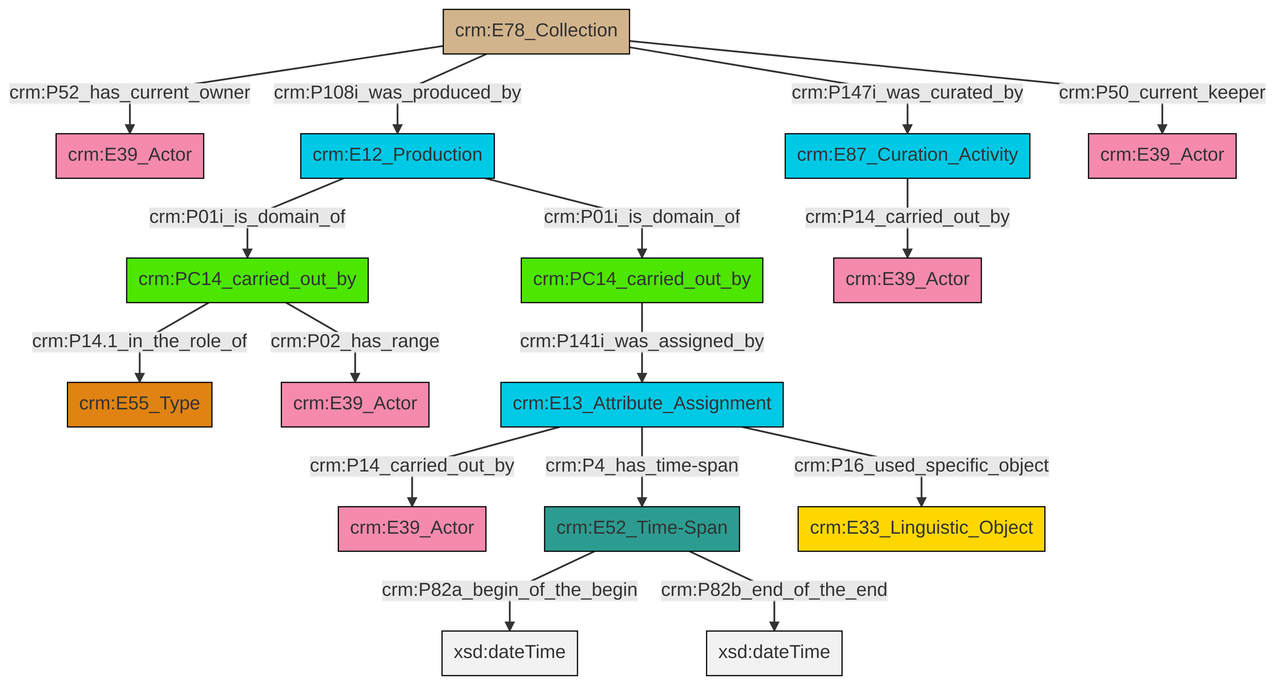
swiss-art-research-net/docs.swissartresearch keeps this Mermaid diagram as et/archivalCSV/ttl/mmd/png/archival_relation.png. Above is the earlier version. Its source is kept beside it as et/archivalCSV/ttl/mmd/archival_relation.ttl.mmd.
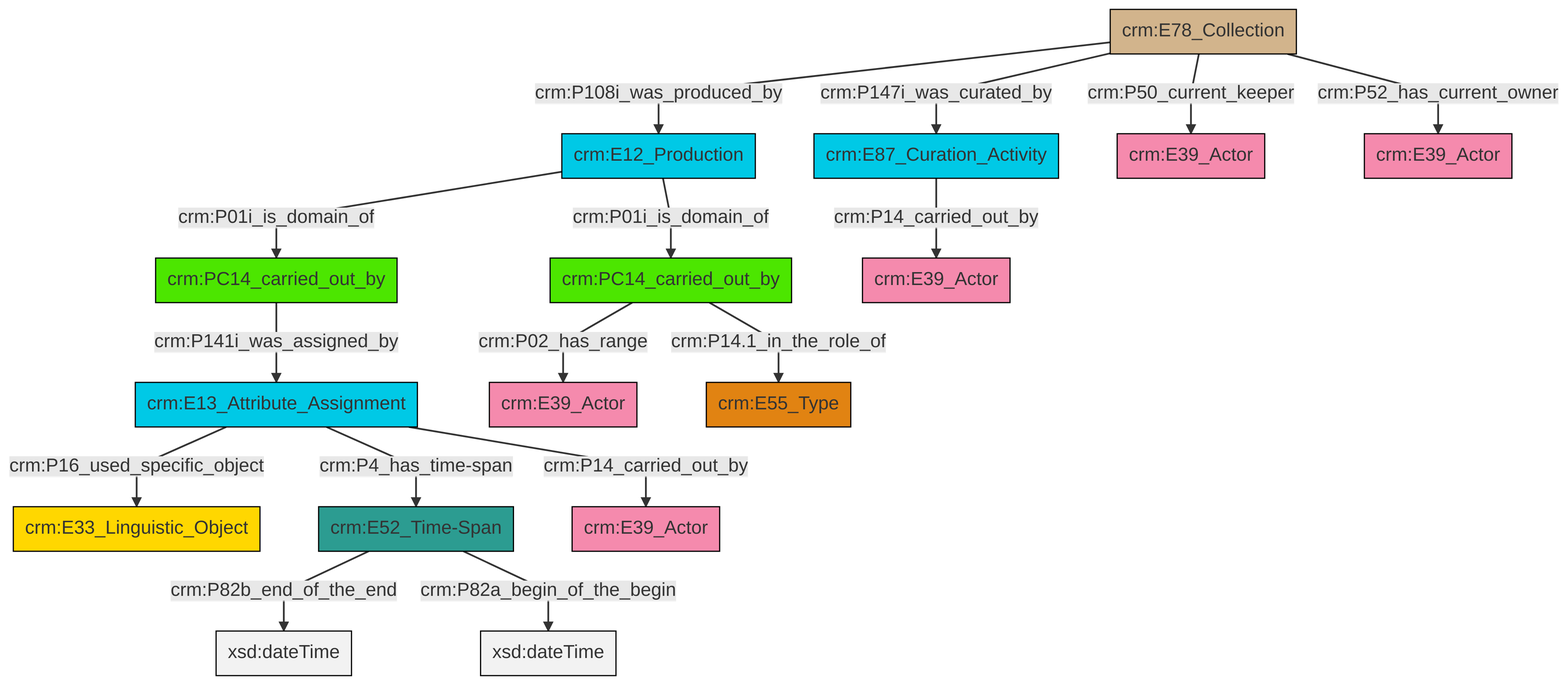
Later version of the same file.

The edit, as a diff of the source:
```diff
@@ -13,18 +13,18 @@
 classDef PC_Classes fill:#4ce600, stroke:#000000;
 classDef Multi fill:#cccccc,stroke:#000000;
 
-4["crm:PC14_carried_out_by"]:::PC_Classes -->|crm:P14.1_in_the_role_of| 5["crm:E55_Type"]:::Type
-4["crm:PC14_carried_out_by"]:::PC_Classes -->|crm:P02_has_range| 8["crm:E39_Actor"]:::Actor
-10["crm:E78_Collection"]:::Physical_Thing -->|crm:P147i_was_curated_by| 6["crm:E87_Curation_Activity"]:::Temporal_Entity
-13["crm:E52_Time-Span"]:::Time-Span -->|crm:P82a_begin_of_the_begin| 14[xsd:dateTime]:::Literal
-6["crm:E87_Curation_Activity"]:::Temporal_Entity -->|crm:P14_carried_out_by| 15["crm:E39_Actor"]:::Actor
-16["crm:E13_Attribute_Assignment"]:::Temporal_Entity -->|crm:P16_used_specific_object| 18["crm:E33_Linguistic_Object"]:::Conceptual_Object
-19["crm:E12_Production"]:::Temporal_Entity -->|crm:P01i_is_domain_of| 4["crm:PC14_carried_out_by"]:::PC_Classes
-10["crm:E78_Collection"]:::Physical_Thing -->|crm:P50_current_keeper| 20["crm:E39_Actor"]:::Actor
-10["crm:E78_Collection"]:::Physical_Thing -->|crm:P52_has_current_owner| 0["crm:E39_Actor"]:::Actor
-16["crm:E13_Attribute_Assignment"]:::Temporal_Entity -->|crm:P4_has_time-span| 13["crm:E52_Time-Span"]:::Time-Span
-16["crm:E13_Attribute_Assignment"]:::Temporal_Entity -->|crm:P14_carried_out_by| 2["crm:E39_Actor"]:::Actor
-10["crm:E78_Collection"]:::Physical_Thing -->|crm:P108i_was_produced_by| 19["crm:E12_Production"]:::Temporal_Entity
-11["crm:PC14_carried_out_by"]:::PC_Classes -->|crm:P141i_was_assigned_by| 16["crm:E13_Attribute_Assignment"]:::Temporal_Entity
-13["crm:E52_Time-Span"]:::Time-Span -->|crm:P82b_end_of_the_end| 26[xsd:dateTime]:::Literal
-19["crm:E12_Production"]:::Temporal_Entity -->|crm:P01i_is_domain_of| 11["crm:PC14_carried_out_by"]:::PC_Classes
+6["crm:E13_Attribute_Assignment"]:::Temporal_Entity -->|crm:P4_has_time-span| 7["crm:E52_Time-Span"]:::Time-Span
+4["crm:E12_Production"]:::Temporal_Entity -->|crm:P01i_is_domain_of| 8["crm:PC14_carried_out_by"]:::PC_Classes
+12["crm:PC14_carried_out_by"]:::PC_Classes -->|crm:P02_has_range| 13["crm:E39_Actor"]:::Actor
+6["crm:E13_Attribute_Assignment"]:::Temporal_Entity -->|crm:P14_carried_out_by| 9["crm:E39_Actor"]:::Actor
+6["crm:E13_Attribute_Assignment"]:::Temporal_Entity -->|crm:P16_used_specific_object| 0["crm:E33_Linguistic_Object"]:::Conceptual_Object
+14["crm:E78_Collection"]:::Physical_Thing -->|crm:P50_current_keeper| 17["crm:E39_Actor"]:::Actor
+12["crm:PC14_carried_out_by"]:::PC_Classes -->|crm:P14.1_in_the_role_of| 20["crm:E55_Type"]:::Type
+14["crm:E78_Collection"]:::Physical_Thing -->|crm:P147i_was_curated_by| 2["crm:E87_Curation_Activity"]:::Temporal_Entity
+8["crm:PC14_carried_out_by"]:::PC_Classes -->|crm:P141i_was_assigned_by| 6["crm:E13_Attribute_Assignment"]:::Temporal_Entity
+7["crm:E52_Time-Span"]:::Time-Span -->|crm:P82b_end_of_the_end| 22[xsd:dateTime]:::Literal
+4["crm:E12_Production"]:::Temporal_Entity -->|crm:P01i_is_domain_of| 12["crm:PC14_carried_out_by"]:::PC_Classes
+14["crm:E78_Collection"]:::Physical_Thing -->|crm:P108i_was_produced_by| 4["crm:E12_Production"]:::Temporal_Entity
+14["crm:E78_Collection"]:::Physical_Thing -->|crm:P52_has_current_owner| 26["crm:E39_Actor"]:::Actor
+7["crm:E52_Time-Span"]:::Time-Span -->|crm:P82a_begin_of_the_begin| 29[xsd:dateTime]:::Literal
+2["crm:E87_Curation_Activity"]:::Temporal_Entity -->|crm:P14_carried_out_by| 18["crm:E39_Actor"]:::Actor
```
